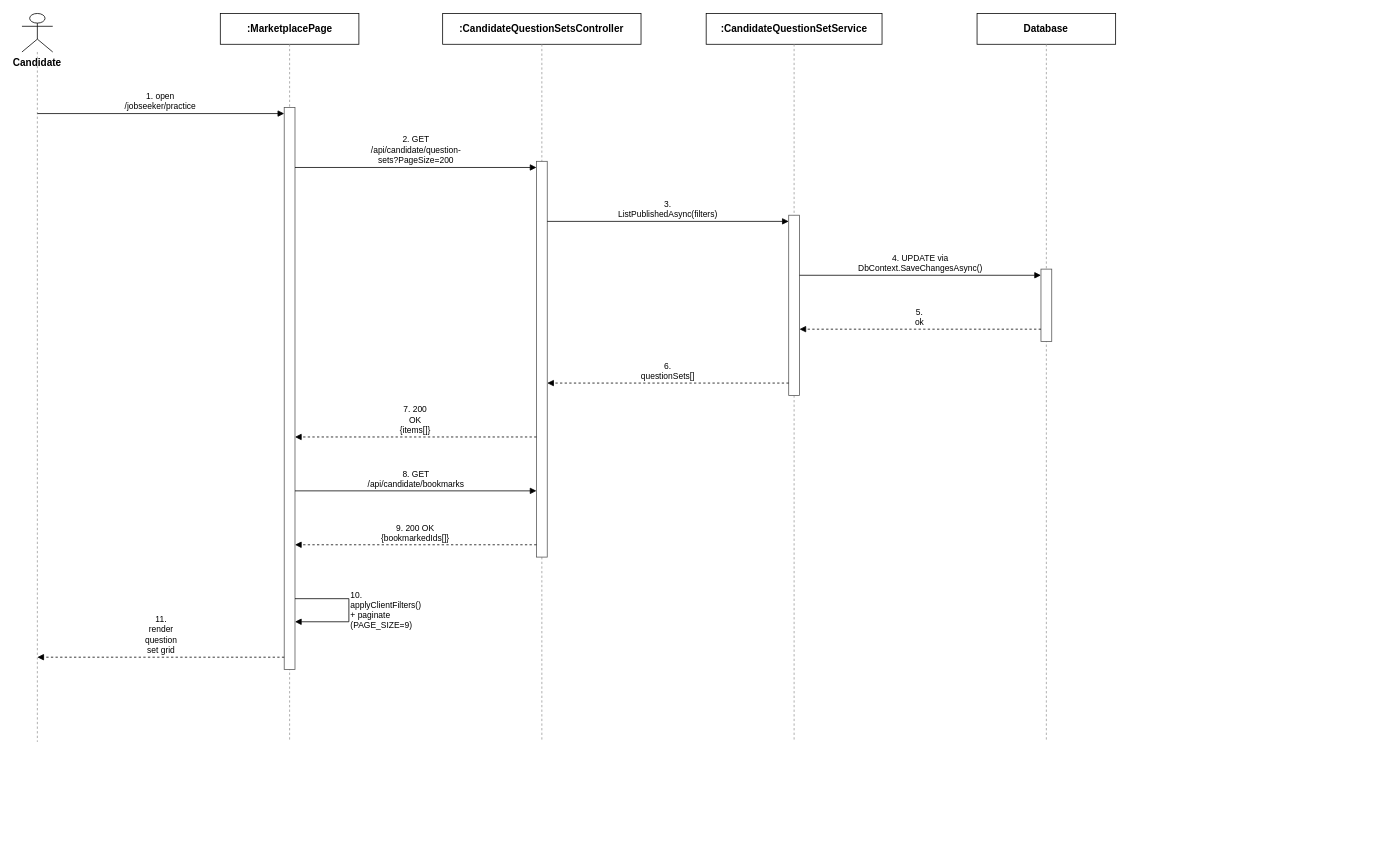
tulklk/AI_Interview_Question_Generation_RAG_LLM_FE keeps this draw.io diagram as docs/qa/Tu_SequenceDiagram/Report4_SequenceDiagram_Browse_Question_Sets.drawio. Above is the earlier version. Source tidied: cells renumbered, new cells numbered last; positions are measured from the earlier drawing's top-left corner, leaving out a move shared by most shapes. Both pictures are drawn from the tidied source at 77%, with x=0, y=0 at pixel (22, 13).
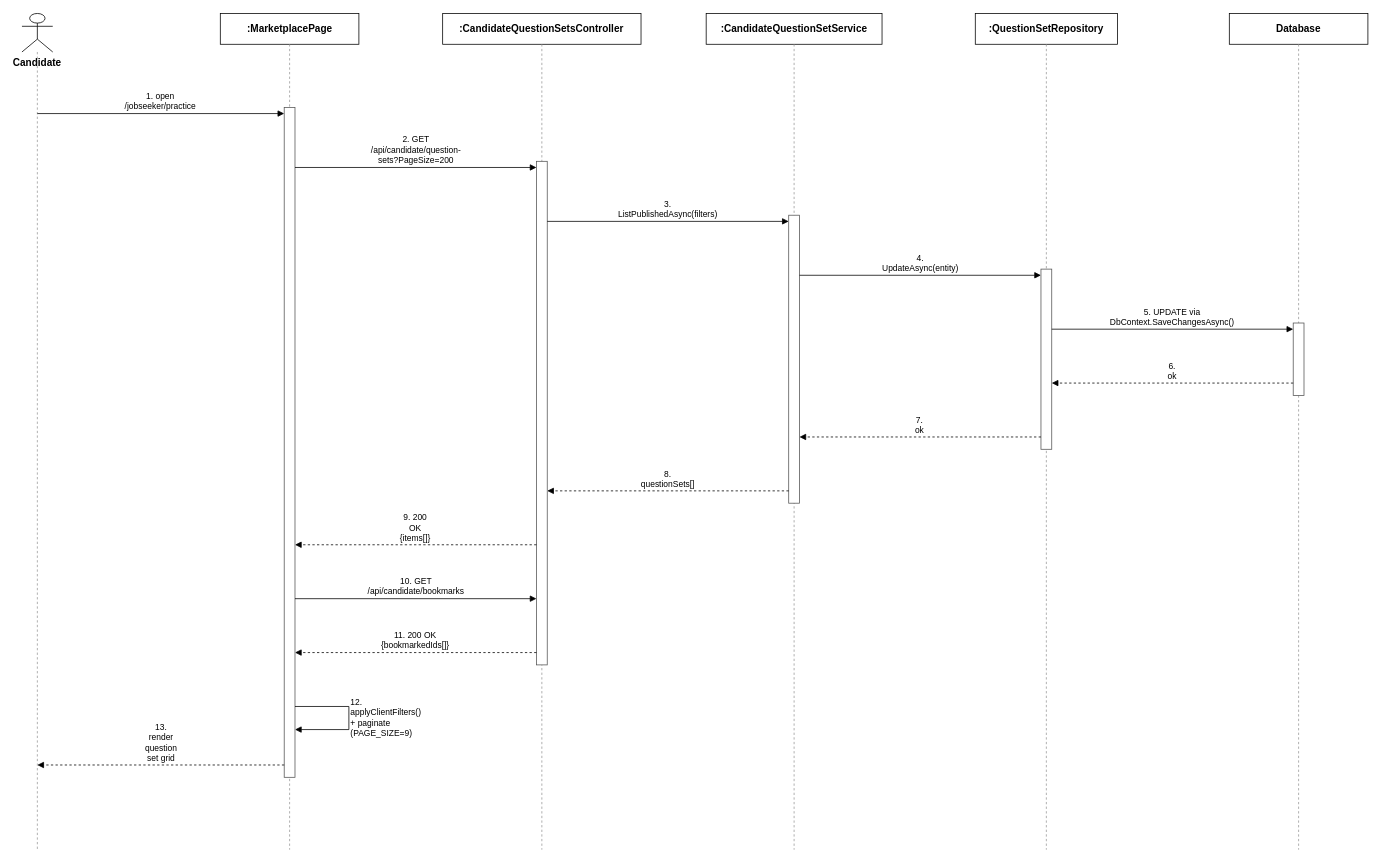
Above is the later version.

Diff of the diagram source:
```diff
@@
     <mxCell id="3" style="endArrow=none;dashed=1;html=1;strokeColor=#999999;" parent="1" edge="1">
       <mxGeometry relative="1" as="geometry">
         <mxPoint x="20" y="50" as="sourcePoint" />
-        <mxPoint x="20" y="946" as="targetPoint" />
+        <mxPoint x="20" y="1086" as="targetPoint" />
       </mxGeometry>
     </mxCell>
@@
     <mxCell id="5" style="endArrow=none;dashed=1;html=1;strokeColor=#999999;" parent="1" edge="1">
       <mxGeometry relative="1" as="geometry">
         <mxPoint x="347.6" y="40" as="sourcePoint" />
-        <mxPoint x="347.6" y="946" as="targetPoint" />
+        <mxPoint x="347.6" y="1086" as="targetPoint" />
       </mxGeometry>
     </mxCell>
@@
     <mxCell id="7" style="endArrow=none;dashed=1;html=1;strokeColor=#999999;" parent="1" edge="1">
       <mxGeometry relative="1" as="geometry">
         <mxPoint x="675.2" y="40" as="sourcePoint" />
-        <mxPoint x="675.2" y="946" as="targetPoint" />
+        <mxPoint x="675.2" y="1086" as="targetPoint" />
       </mxGeometry>
     </mxCell>
@@
     <mxCell id="9" style="endArrow=none;dashed=1;html=1;strokeColor=#999999;" parent="1" edge="1">
       <mxGeometry relative="1" as="geometry">
         <mxPoint x="1002.8" y="40" as="sourcePoint" />
-        <mxPoint x="1002.8" y="946" as="targetPoint" />
+        <mxPoint x="1002.8" y="1086" as="targetPoint" />
       </mxGeometry>
     </mxCell>
-    <mxCell id="10" value="Database" style="rounded=0;whiteSpace=wrap;html=1;fontSize=13;fillColor=#ffffff;strokeColor=#000000;fontStyle=1;" parent="1" vertex="1">
-      <mxGeometry x="1240.4" width="180" height="40" as="geometry" />
+    <mxCell id="10" value=":QuestionSetRepository" style="rounded=0;whiteSpace=wrap;html=1;fontSize=13;fillColor=#ffffff;strokeColor=#000000;fontStyle=1;" parent="1" vertex="1">
+      <mxGeometry x="1238.1" width="184.6" height="40" as="geometry" />
     </mxCell>
     <mxCell id="11" style="endArrow=none;dashed=1;html=1;strokeColor=#999999;" parent="1" edge="1">
       <mxGeometry relative="1" as="geometry">
         <mxPoint x="1330.4" y="40" as="sourcePoint" />
-        <mxPoint x="1330.4" y="946" as="targetPoint" />
+        <mxPoint x="1330.4" y="1086" as="targetPoint" />
       </mxGeometry>
     </mxCell>
-    <mxCell id="12" style="rounded=0;whiteSpace=wrap;html=1;fillColor=#ffffff;strokeColor=#555555;" parent="1" vertex="1">
-      <mxGeometry x="340.6" y="122" width="14" height="730" as="geometry" />
+    <mxCell id="12" value="Database" style="rounded=0;whiteSpace=wrap;html=1;fontSize=13;fillColor=#ffffff;strokeColor=#000000;fontStyle=1;" parent="1" vertex="1">
+      <mxGeometry x="1568" width="180" height="40" as="geometry" />
     </mxCell>
-    <mxCell id="13" style="rounded=0;whiteSpace=wrap;html=1;fillColor=#ffffff;strokeColor=#555555;" parent="1" vertex="1">
-      <mxGeometry x="668.2" y="192" width="14" height="514" as="geometry" />
+    <mxCell id="13" style="endArrow=none;dashed=1;html=1;strokeColor=#999999;" parent="1" edge="1">
+      <mxGeometry relative="1" as="geometry">
+        <mxPoint x="1658" y="40" as="sourcePoint" />
+        <mxPoint x="1658" y="1086" as="targetPoint" />
+      </mxGeometry>
     </mxCell>
     <mxCell id="14" style="rounded=0;whiteSpace=wrap;html=1;fillColor=#ffffff;strokeColor=#555555;" parent="1" vertex="1">
-      <mxGeometry x="995.8" y="262" width="14" height="234" as="geometry" />
+      <mxGeometry x="340.6" y="122" width="14" height="870" as="geometry" />
     </mxCell>
     <mxCell id="15" style="rounded=0;whiteSpace=wrap;html=1;fillColor=#ffffff;strokeColor=#555555;" parent="1" vertex="1">
-      <mxGeometry x="1323.4" y="332" width="14" height="94" as="geometry" />
+      <mxGeometry x="668.2" y="192" width="14" height="654" as="geometry" />
     </mxCell>
-    <mxCell id="16" value="1. open /jobseeker/practice" style="endArrow=block;endFill=1;html=1;whiteSpace=wrap;fontSize=11;align=center;verticalAlign=bottom;labelBackgroundColor=#ffffff;strokeColor=#000000;" parent="1" edge="1">
-      <mxGeometry relative="1" as="geometry">
-        <mxPoint x="20" y="130" as="sourcePoint" />
-        <mxPoint x="340.6" y="130" as="targetPoint" />
-      </mxGeometry>
+    <mxCell id="16" style="rounded=0;whiteSpace=wrap;html=1;fillColor=#ffffff;strokeColor=#555555;" parent="1" vertex="1">
+      <mxGeometry x="995.8" y="262" width="14" height="374" as="geometry" />
     </mxCell>
-    <mxCell id="17" value="2. GET /api/candidate/question-sets?PageSize=200" style="endArrow=block;endFill=1;html=1;whiteSpace=wrap;fontSize=11;align=center;verticalAlign=bottom;labelBackgroundColor=#ffffff;strokeColor=#000000;" parent="1" edge="1">
-      <mxGeometry relative="1" as="geometry">
-        <mxPoint x="354.6" y="200" as="sourcePoint" />
-        <mxPoint x="668.2" y="200" as="targetPoint" />
-      </mxGeometry>
+    <mxCell id="17" style="rounded=0;whiteSpace=wrap;html=1;fillColor=#ffffff;strokeColor=#555555;" parent="1" vertex="1">
+      <mxGeometry x="1323.4" y="332" width="14" height="234" as="geometry" />
     </mxCell>
-    <mxCell id="18" value="3. ListPublishedAsync(filters)" style="endArrow=block;endFill=1;html=1;whiteSpace=wrap;fontSize=11;align=center;verticalAlign=bottom;labelBackgroundColor=#ffffff;strokeColor=#000000;" parent="1" edge="1">
-      <mxGeometry relative="1" as="geometry">
-        <mxPoint x="682.2" y="270" as="sourcePoint" />
-        <mxPoint x="995.8" y="270" as="targetPoint" />
-      </mxGeometry>
+    <mxCell id="18" style="rounded=0;whiteSpace=wrap;html=1;fillColor=#ffffff;strokeColor=#555555;" parent="1" vertex="1">
+      <mxGeometry x="1651" y="402" width="14" height="94" as="geometry" />
     </mxCell>
-    <mxCell id="19" value="4. UPDATE via DbContext.SaveChangesAsync()" style="endArrow=block;endFill=1;html=1;whiteSpace=wrap;fontSize=11;align=center;verticalAlign=bottom;labelBackgroundColor=#ffffff;strokeColor=#000000;" parent="1" edge="1">
+    <mxCell id="19" value="1. open /jobseeker/practice" style="endArrow=block;endFill=1;html=1;whiteSpace=wrap;fontSize=11;align=center;verticalAlign=bottom;labelBackgroundColor=#ffffff;strokeColor=#000000;" parent="1" edge="1">
       <mxGeometry relative="1" as="geometry">
-        <mxPoint x="1009.8" y="340" as="sourcePoint" />
-        <mxPoint x="1323.4" y="340" as="targetPoint" />
+        <mxPoint x="20" y="130" as="sourcePoint" />
+        <mxPoint x="340.6" y="130" as="targetPoint" />
       </mxGeometry>
     </mxCell>
-    <mxCell id="20" value="5. ok" style="endArrow=block;endFill=1;html=1;whiteSpace=wrap;dashed=1;fontSize=11;align=center;verticalAlign=bottom;labelBackgroundColor=#ffffff;strokeColor=#000000;" parent="1" edge="1">
+    <mxCell id="20" value="2. GET /api/candidate/question-sets?PageSize=200" style="endArrow=block;endFill=1;html=1;whiteSpace=wrap;fontSize=11;align=center;verticalAlign=bottom;labelBackgroundColor=#ffffff;strokeColor=#000000;" parent="1" edge="1">
       <mxGeometry relative="1" as="geometry">
-        <mxPoint x="1323.4" y="410" as="sourcePoint" />
-        <mxPoint x="1009.8" y="410" as="targetPoint" />
+        <mxPoint x="354.6" y="200" as="sourcePoint" />
+        <mxPoint x="668.2" y="200" as="targetPoint" />
       </mxGeometry>
     </mxCell>
-    <mxCell id="21" value="6. questionSets[]" style="endArrow=block;endFill=1;html=1;whiteSpace=wrap;dashed=1;fontSize=11;align=center;verticalAlign=bottom;labelBackgroundColor=#ffffff;strokeColor=#000000;" parent="1" edge="1">
+    <mxCell id="21" value="3. ListPublishedAsync(filters)" style="endArrow=block;endFill=1;html=1;whiteSpace=wrap;fontSize=11;align=center;verticalAlign=bottom;labelBackgroundColor=#ffffff;strokeColor=#000000;" parent="1" edge="1">
       <mxGeometry relative="1" as="geometry">
-        <mxPoint x="995.8" y="480" as="sourcePoint" />
-        <mxPoint x="682.2" y="480" as="targetPoint" />
+        <mxPoint x="682.2" y="270" as="sourcePoint" />
+        <mxPoint x="995.8" y="270" as="targetPoint" />
       </mxGeometry>
     </mxCell>
-    <mxCell id="22" value="7. 200 OK {items[]}" style="endArrow=block;endFill=1;html=1;whiteSpace=wrap;dashed=1;fontSize=11;align=center;verticalAlign=bottom;labelBackgroundColor=#ffffff;strokeColor=#000000;" parent="1" edge="1">
+    <mxCell id="22" value="4. UpdateAsync(entity)" style="endArrow=block;endFill=1;html=1;whiteSpace=wrap;fontSize=11;align=center;verticalAlign=bottom;labelBackgroundColor=#ffffff;strokeColor=#000000;" parent="1" edge="1">
       <mxGeometry relative="1" as="geometry">
-        <mxPoint x="668.2" y="550" as="sourcePoint" />
-        <mxPoint x="354.6" y="550" as="targetPoint" />
+        <mxPoint x="1009.8" y="340" as="sourcePoint" />
+        <mxPoint x="1323.4" y="340" as="targetPoint" />
       </mxGeometry>
     </mxCell>
-    <mxCell id="23" value="8. GET /api/candidate/bookmarks" style="endArrow=block;endFill=1;html=1;whiteSpace=wrap;fontSize=11;align=center;verticalAlign=bottom;labelBackgroundColor=#ffffff;strokeColor=#000000;" parent="1" edge="1">
+    <mxCell id="23" value="5. UPDATE via DbContext.SaveChangesAsync()" style="endArrow=block;endFill=1;html=1;whiteSpace=wrap;fontSize=11;align=center;verticalAlign=bottom;labelBackgroundColor=#ffffff;strokeColor=#000000;" parent="1" edge="1">
       <mxGeometry relative="1" as="geometry">
-        <mxPoint x="354.6" y="620" as="sourcePoint" />
-        <mxPoint x="668.2" y="620" as="targetPoint" />
+        <mxPoint x="1337.4" y="410" as="sourcePoint" />
+        <mxPoint x="1651" y="410" as="targetPoint" />
       </mxGeometry>
     </mxCell>
-    <mxCell id="24" value="9. 200 OK {bookmarkedIds[]}" style="endArrow=block;endFill=1;html=1;whiteSpace=wrap;dashed=1;fontSize=11;align=center;verticalAlign=bottom;labelBackgroundColor=#ffffff;strokeColor=#000000;" parent="1" edge="1">
+    <mxCell id="24" value="6. ok" style="endArrow=block;endFill=1;html=1;whiteSpace=wrap;dashed=1;fontSize=11;align=center;verticalAlign=bottom;labelBackgroundColor=#ffffff;strokeColor=#000000;" parent="1" edge="1">
       <mxGeometry relative="1" as="geometry">
-        <mxPoint x="668.2" y="690" as="sourcePoint" />
-        <mxPoint x="354.6" y="690" as="targetPoint" />
+        <mxPoint x="1651" y="480" as="sourcePoint" />
+        <mxPoint x="1337.4" y="480" as="targetPoint" />
       </mxGeometry>
     </mxCell>
-    <mxCell id="25" value="10. applyClientFilters() + paginate (PAGE_SIZE=9)" style="endArrow=block;endFill=1;html=1;whiteSpace=wrap;fontSize=11;align=left;verticalAlign=middle;labelBackgroundColor=#ffffff;rounded=0;strokeColor=#000000;" parent="1" edge="1">
+    <mxCell id="25" value="7. ok" style="endArrow=block;endFill=1;html=1;whiteSpace=wrap;dashed=1;fontSize=11;align=center;verticalAlign=bottom;labelBackgroundColor=#ffffff;strokeColor=#000000;" parent="1" edge="1">
       <mxGeometry relative="1" as="geometry">
-        <mxPoint x="354.6" y="760" as="sourcePoint" />
-        <mxPoint x="354.6" y="790" as="targetPoint" />
-        <Array as="points">
-          <mxPoint x="424.6" y="760" />
-          <mxPoint x="424.6" y="790" />
-        </Array>
+        <mxPoint x="1323.4" y="550" as="sourcePoint" />
+        <mxPoint x="1009.8" y="550" as="targetPoint" />
       </mxGeometry>
     </mxCell>
-    <mxCell id="26" value="11. render question set grid" style="endArrow=block;endFill=1;html=1;whiteSpace=wrap;dashed=1;fontSize=11;align=center;verticalAlign=bottom;labelBackgroundColor=#ffffff;strokeColor=#000000;" parent="1" edge="1">
+    <mxCell id="26" value="8. questionSets[]" style="endArrow=block;endFill=1;html=1;whiteSpace=wrap;dashed=1;fontSize=11;align=center;verticalAlign=bottom;labelBackgroundColor=#ffffff;strokeColor=#000000;" parent="1" edge="1">
       <mxGeometry relative="1" as="geometry">
-        <mxPoint x="340.6" y="836" as="sourcePoint" />
-        <mxPoint x="20" y="836" as="targetPoint" />
+        <mxPoint x="995.8" y="620" as="sourcePoint" />
+        <mxPoint x="682.2" y="620" as="targetPoint" />
       </mxGeometry>
     </mxCell>
+    <mxCell id="27" value="9. 200 OK {items[]}" style="endArrow=block;endFill=1;html=1;whiteSpace=wrap;dashed=1;fontSize=11;align=center;verticalAlign=bottom;labelBackgroundColor=#ffffff;strokeColor=#000000;" parent="1" edge="1">
+      <mxGeometry relative="1" as="geometry">
+        <mxPoint x="668.2" y="690" as="sourcePoint" />
+        <mxPoint x="354.6" y="690" as="targetPoint" />
+      </mxGeometry>
+    </mxCell>
+    <mxCell id="28" value="10. GET /api/candidate/bookmarks" style="endArrow=block;endFill=1;html=1;whiteSpace=wrap;fontSize=11;align=center;verticalAlign=bottom;labelBackgroundColor=#ffffff;strokeColor=#000000;" parent="1" edge="1">
+      <mxGeometry relative="1" as="geometry">
+        <mxPoint x="354.6" y="760" as="sourcePoint" />
+        <mxPoint x="668.2" y="760" as="targetPoint" />
+      </mxGeometry>
+    </mxCell>
+    <mxCell id="29" value="11. 200 OK {bookmarkedIds[]}" style="endArrow=block;endFill=1;html=1;whiteSpace=wrap;dashed=1;fontSize=11;align=center;verticalAlign=bottom;labelBackgroundColor=#ffffff;strokeColor=#000000;" parent="1" edge="1">
+      <mxGeometry relative="1" as="geometry">
+        <mxPoint x="668.2" y="830" as="sourcePoint" />
+        <mxPoint x="354.6" y="830" as="targetPoint" />
+      </mxGeometry>
+    </mxCell>
+    <mxCell id="30" value="12. applyClientFilters() + paginate (PAGE_SIZE=9)" style="endArrow=block;endFill=1;html=1;whiteSpace=wrap;fontSize=11;align=left;verticalAlign=middle;labelBackgroundColor=#ffffff;rounded=0;strokeColor=#000000;" parent="1" edge="1">
+      <mxGeometry relative="1" as="geometry">
+        <mxPoint x="354.6" y="900" as="sourcePoint" />
+        <mxPoint x="354.6" y="930" as="targetPoint" />
+        <Array as="points">
+          <mxPoint x="424.6" y="900" />
+          <mxPoint x="424.6" y="930" />
+        </Array>
+      </mxGeometry>
+    </mxCell>
+    <mxCell id="31" value="13. render question set grid" style="endArrow=block;endFill=1;html=1;whiteSpace=wrap;dashed=1;fontSize=11;align=center;verticalAlign=bottom;labelBackgroundColor=#ffffff;strokeColor=#000000;" parent="1" edge="1">
+      <mxGeometry relative="1" as="geometry">
+        <mxPoint x="340.6" y="976" as="sourcePoint" />
+        <mxPoint x="20" y="976" as="targetPoint" />
+      </mxGeometry>
+    </mxCell>
```
